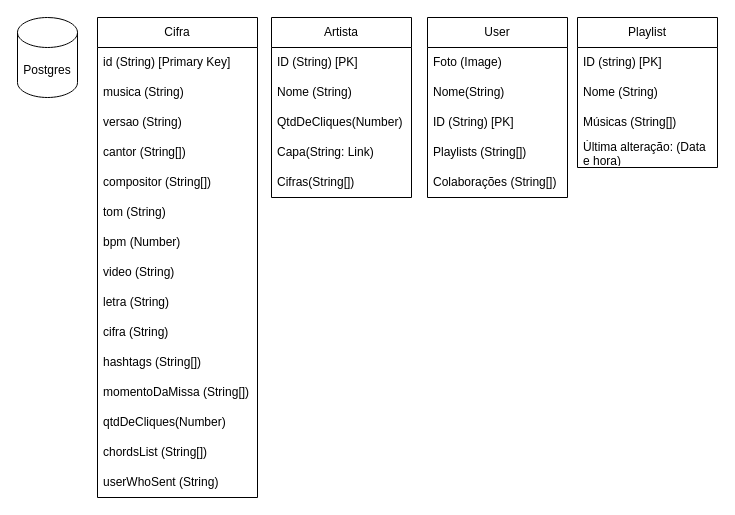
Above: frontend/MissaCifras.drawio in mauriciomira1/MissaCifras (draw.io), before the change. Source tidied: cells renumbered, new cells numbered last; positions are measured from the earlier drawing's top-left corner, leaving out a move shared by most shapes. Both pictures are drawn from the tidied source at 100%, with x=0, y=0 at pixel (17, 17).
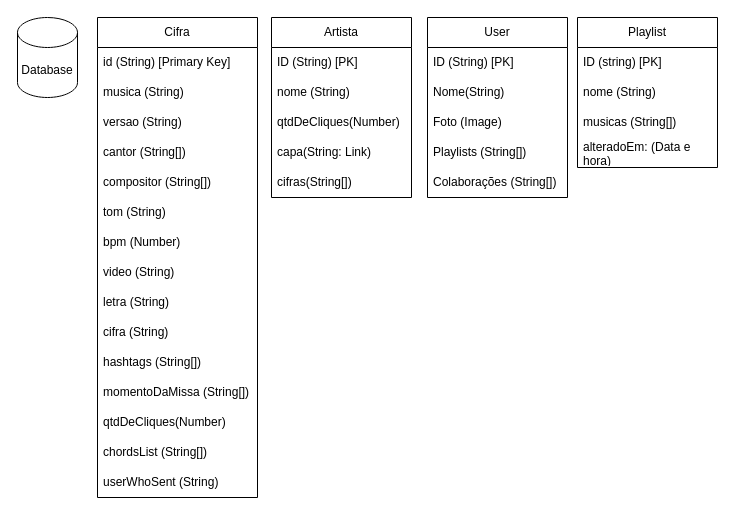
Above is the later version.

Unchanged cells that the change refers to:
```xml
<mxCell id="19" value="Artista" style="swimlane;fontStyle=0;horizontal=1;startSize=30;whiteSpace=wrap;html=1;" parent="1" vertex="1">
  <mxGeometry x="254" width="140" height="180" as="geometry" />
</mxCell>
<mxCell id="25" value="User" style="swimlane;fontStyle=0;horizontal=1;startSize=30;whiteSpace=wrap;html=1;" parent="1" vertex="1">
  <mxGeometry x="410" width="140" height="180" as="geometry" />
</mxCell>
<mxCell id="31" value="Playlist" style="swimlane;fontStyle=0;horizontal=1;startSize=30;whiteSpace=wrap;html=1;" parent="1" vertex="1">
  <mxGeometry x="560" width="140" height="150" as="geometry" />
</mxCell>
```

Diff of the diagram source:
```diff
@@
-    <mxCell id="18" value="Postgres" style="shape=cylinder3;whiteSpace=wrap;html=1;boundedLbl=1;backgroundOutline=1;size=15;" parent="1" vertex="1">
+    <mxCell id="18" value="Database" style="shape=cylinder3;whiteSpace=wrap;html=1;boundedLbl=1;backgroundOutline=1;size=15;" parent="1" vertex="1">
       <mxGeometry width="60" height="80" as="geometry" />
     </mxCell>
@@
-    <mxCell id="21" value="Nome (String)" style="text;strokeColor=none;fillColor=none;align=left;verticalAlign=middle;spacingLeft=4;spacingRight=4;overflow=hidden;whiteSpace=wrap;html=1;" parent="19" vertex="1">
+    <mxCell id="21" value="nome (String)" style="text;strokeColor=none;fillColor=none;align=left;verticalAlign=middle;spacingLeft=4;spacingRight=4;overflow=hidden;whiteSpace=wrap;html=1;" parent="19" vertex="1">
       <mxGeometry y="60" width="140" height="30" as="geometry" />
     </mxCell>
-    <mxCell id="22" value="QtdDeCliques(Number)" style="text;strokeColor=none;fillColor=none;align=left;verticalAlign=middle;spacingLeft=4;spacingRight=4;overflow=hidden;whiteSpace=wrap;html=1;" parent="19" vertex="1">
+    <mxCell id="22" value="qtdDeCliques(Number)" style="text;strokeColor=none;fillColor=none;align=left;verticalAlign=middle;spacingLeft=4;spacingRight=4;overflow=hidden;whiteSpace=wrap;html=1;" parent="19" vertex="1">
       <mxGeometry y="90" width="140" height="30" as="geometry" />
     </mxCell>
-    <mxCell id="23" value="Capa(String: Link)" style="text;strokeColor=none;fillColor=none;align=left;verticalAlign=middle;spacingLeft=4;spacingRight=4;overflow=hidden;whiteSpace=wrap;html=1;" parent="19" vertex="1">
+    <mxCell id="23" value="capa(String: Link)" style="text;strokeColor=none;fillColor=none;align=left;verticalAlign=middle;spacingLeft=4;spacingRight=4;overflow=hidden;whiteSpace=wrap;html=1;" parent="19" vertex="1">
       <mxGeometry y="120" width="140" height="30" as="geometry" />
     </mxCell>
-    <mxCell id="24" value="Cifras(String[])" style="text;strokeColor=none;fillColor=none;align=left;verticalAlign=middle;spacingLeft=4;spacingRight=4;overflow=hidden;whiteSpace=wrap;html=1;" parent="19" vertex="1">
+    <mxCell id="24" value="cifras(String[])" style="text;strokeColor=none;fillColor=none;align=left;verticalAlign=middle;spacingLeft=4;spacingRight=4;overflow=hidden;whiteSpace=wrap;html=1;" parent="19" vertex="1">
       <mxGeometry y="150" width="140" height="30" as="geometry" />
     </mxCell>
@@
+    <mxCell id="28" value="ID (String) [PK]" style="text;strokeColor=none;fillColor=none;align=left;verticalAlign=middle;spacingLeft=4;spacingRight=4;overflow=hidden;whiteSpace=wrap;html=1;" parent="25" vertex="1">
+      <mxGeometry y="30" width="140" height="30" as="geometry" />
+    </mxCell>
+    <mxCell id="27" value="Nome(String)" style="text;strokeColor=none;fillColor=none;align=left;verticalAlign=middle;spacingLeft=4;spacingRight=4;overflow=hidden;whiteSpace=wrap;html=1;" parent="25" vertex="1">
+      <mxGeometry y="60" width="140" height="30" as="geometry" />
+    </mxCell>
     <mxCell id="26" value="Foto (Image)" style="text;strokeColor=none;fillColor=none;align=left;verticalAlign=middle;spacingLeft=4;spacingRight=4;overflow=hidden;whiteSpace=wrap;html=1;" parent="25" vertex="1">
-      <mxGeometry y="30" width="140" height="30" as="geometry" />
+      <mxGeometry y="90" width="140" height="30" as="geometry" />
     </mxCell>
-    <mxCell id="27" value="Nome(String)" style="text;strokeColor=none;fillColor=none;align=left;verticalAlign=middle;spacingLeft=4;spacingRight=4;overflow=hidden;whiteSpace=wrap;html=1;" parent="25" vertex="1">
-      <mxGeometry y="60" width="140" height="30" as="geometry" />
-    </mxCell>
-    <mxCell id="28" value="ID (String) [PK]" style="text;strokeColor=none;fillColor=none;align=left;verticalAlign=middle;spacingLeft=4;spacingRight=4;overflow=hidden;whiteSpace=wrap;html=1;" parent="25" vertex="1">
-      <mxGeometry y="90" width="140" height="30" as="geometry" />
-    </mxCell>
@@
-    <mxCell id="33" value="Nome (String)" style="text;strokeColor=none;fillColor=none;align=left;verticalAlign=middle;spacingLeft=4;spacingRight=4;overflow=hidden;whiteSpace=wrap;html=1;" parent="31" vertex="1">
+    <mxCell id="33" value="nome (String)" style="text;strokeColor=none;fillColor=none;align=left;verticalAlign=middle;spacingLeft=4;spacingRight=4;overflow=hidden;whiteSpace=wrap;html=1;" parent="31" vertex="1">
       <mxGeometry y="60" width="140" height="30" as="geometry" />
     </mxCell>
-    <mxCell id="34" value="Músicas (String[])" style="text;strokeColor=none;fillColor=none;align=left;verticalAlign=middle;spacingLeft=4;spacingRight=4;overflow=hidden;whiteSpace=wrap;html=1;" parent="31" vertex="1">
+    <mxCell id="34" value="musicas (String[])" style="text;strokeColor=none;fillColor=none;align=left;verticalAlign=middle;spacingLeft=4;spacingRight=4;overflow=hidden;whiteSpace=wrap;html=1;" parent="31" vertex="1">
       <mxGeometry y="90" width="140" height="30" as="geometry" />
     </mxCell>
-    <mxCell id="35" value="Última alteração: (Data e hora)" style="text;strokeColor=none;fillColor=none;align=left;verticalAlign=middle;spacingLeft=4;spacingRight=4;overflow=hidden;whiteSpace=wrap;html=1;" parent="31" vertex="1">
+    <mxCell id="35" value="alteradoEm: (Data e hora)" style="text;strokeColor=none;fillColor=none;align=left;verticalAlign=middle;spacingLeft=4;spacingRight=4;overflow=hidden;whiteSpace=wrap;html=1;" parent="31" vertex="1">
       <mxGeometry y="120" width="140" height="30" as="geometry" />
     </mxCell>
```
